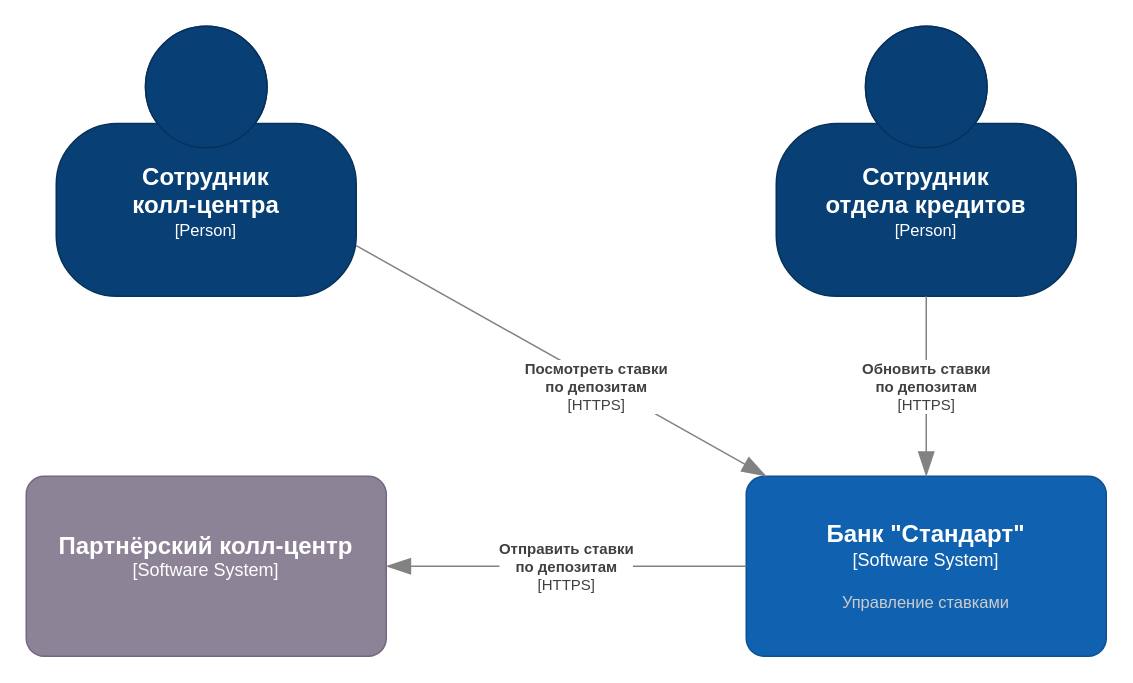
Before: Task4/context.drawio in aipetryakov/architecture-standart, a draw.io diagram. Source tidied: cells renumbered, new cells numbered last; positions are measured from the earlier drawing's top-left corner, leaving out a move shared by most shapes. Both pictures are drawn from the tidied source at 150%, with x=0, y=0 at pixel (26, 26).
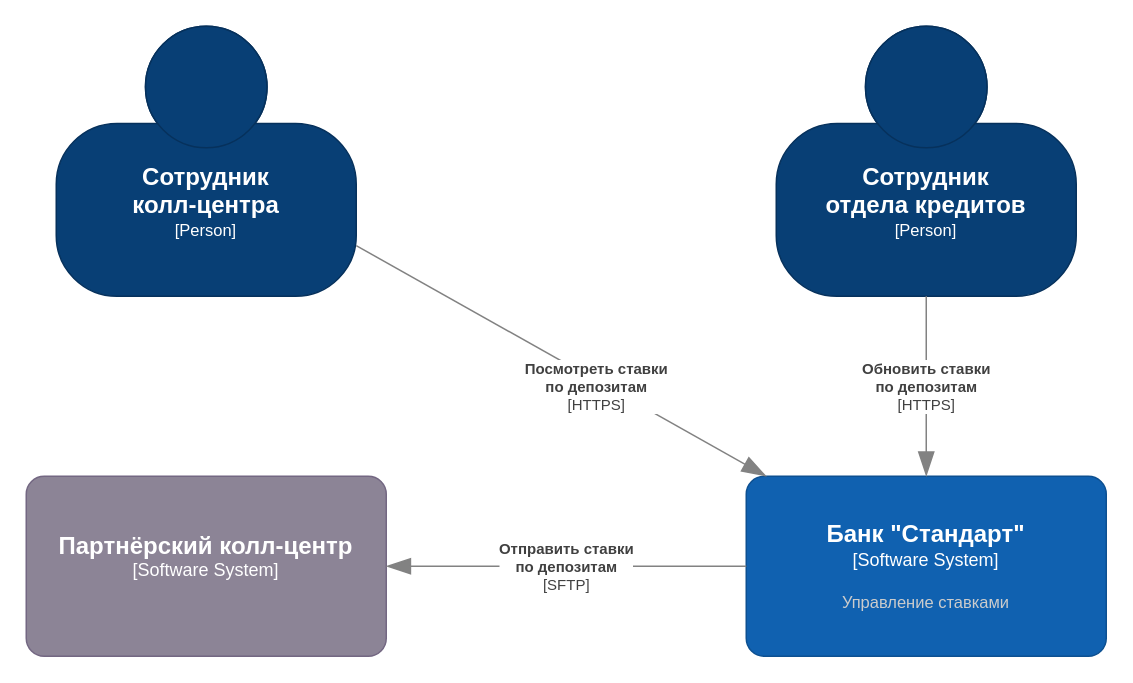
Above is the later version.

Diff of the diagram source:
```diff
@@
 <mxGraphModel>
   <root>
     <mxCell id="0" />
     <mxCell id="1" parent="0" />
     <object id="2" label="&lt;font style=&quot;font-size: 16px&quot;&gt;&lt;b&gt;%c4Name%&lt;/b&gt;&lt;/font&gt;&lt;div&gt;[%c4Type%]&lt;/div&gt;&lt;br&gt;&lt;div&gt;&lt;font style=&quot;font-size: 11px&quot;&gt;&lt;font color=&quot;#cccccc&quot;&gt;%c4Description%&lt;/font&gt;&lt;/div&gt;" c4Description="" c4Name="Сотрудник&lt;br&gt;колл-центра" c4Type="Person" placeholders="1">
       <mxCell style="html=1;fontSize=11;dashed=0;whiteSpace=wrap;fillColor=#083F75;strokeColor=#06315C;fontColor=#ffffff;shape=mxgraph.c4.person2;align=center;points=[[0.5,0,0],[1,0.5,0],[1,0.75,0],[0.75,1,0],[0.5,1,0],[0.25,1,0],[0,0.75,0],[0,0.5,0]];" parent="1" vertex="1">
         <mxGeometry x="20" width="200" height="180" as="geometry" />
       </mxCell>
     </object>
     <object id="3" label="&lt;font style=&quot;font-size: 16px&quot;&gt;&lt;b&gt;%c4Name%&lt;/b&gt;&lt;/font&gt;&lt;div&gt;[%c4Type%]&lt;/div&gt;&lt;br&gt;&lt;div&gt;&lt;font style=&quot;font-size: 11px&quot;&gt;&lt;font color=&quot;#cccccc&quot;&gt;%c4Description%&lt;/font&gt;&lt;/div&gt;" c4Description="Управление ставками" c4Name="Банк &quot;Стандарт&quot;" c4Type="Software System" placeholders="1">
       <mxCell style="rounded=1;whiteSpace=wrap;html=1;labelBackgroundColor=none;fillColor=#1061B0;fontColor=#ffffff;align=center;arcSize=10;strokeColor=#0D5091;points=[[0.25,0,0],[0.5,0,0],[0.75,0,0],[1,0.25,0],[1,0.5,0],[1,0.75,0],[0.75,1,0],[0.5,1,0],[0.25,1,0],[0,0.75,0],[0,0.5,0],[0,0.25,0]];" parent="1" vertex="1">
         <mxGeometry x="480" y="300" width="240" height="120" as="geometry" />
       </mxCell>
     </object>
     <object id="4" label="&lt;div style=&quot;text-align: left&quot;&gt;&lt;div style=&quot;text-align: center&quot;&gt;&lt;b&gt;%c4Description%&lt;/b&gt;&lt;/div&gt;&lt;div style=&quot;text-align: center&quot;&gt;[%c4Technology%]&lt;/div&gt;&lt;/div&gt;" c4Description="Посмотреть ставки&#10;по депозитам" c4Technology="HTTPS" placeholders="1">
       <mxCell style="endArrow=blockThin;html=1;fontSize=10;fontColor=#404040;strokeWidth=1;endFill=1;strokeColor=#828282;elbow=vertical;endSize=14;startSize=14;jumpStyle=arc;jumpSize=16;rounded=0;" parent="1" edge="1" source="2" target="3">
         <mxGeometry x="0.18" y="-3" relative="1" as="geometry" />
       </mxCell>
     </object>
     <object id="5" label="&lt;font style=&quot;font-size: 16px&quot;&gt;&lt;b&gt;%c4Name%&lt;/b&gt;&lt;/font&gt;&lt;div&gt;[%c4Type%]&lt;/div&gt;&lt;br&gt;&lt;div&gt;&lt;font style=&quot;font-size: 11px&quot;&gt;&lt;font color=&quot;#cccccc&quot;&gt;%c4Description%&lt;/font&gt;&lt;/div&gt;" c4Description="" c4Name="Сотрудник&lt;br&gt;отдела кредитов" c4Type="Person" placeholders="1">
       <mxCell style="html=1;fontSize=11;dashed=0;whiteSpace=wrap;fillColor=#083F75;strokeColor=#06315C;fontColor=#ffffff;shape=mxgraph.c4.person2;align=center;points=[[0.5,0,0],[1,0.5,0],[1,0.75,0],[0.75,1,0],[0.5,1,0],[0.25,1,0],[0,0.75,0],[0,0.5,0]];" parent="1" vertex="1">
         <mxGeometry x="500" width="200" height="180" as="geometry" />
       </mxCell>
     </object>
     <object id="6" label="&lt;div style=&quot;text-align: left&quot;&gt;&lt;div style=&quot;text-align: center&quot;&gt;&lt;b&gt;%c4Description%&lt;/b&gt;&lt;/div&gt;&lt;div style=&quot;text-align: center&quot;&gt;[%c4Technology%]&lt;/div&gt;&lt;/div&gt;" c4Description="Обновить ставки&#10;по депозитам" c4Technology="HTTPS" placeholders="1">
       <mxCell style="endArrow=blockThin;html=1;fontSize=10;fontColor=#404040;strokeWidth=1;endFill=1;strokeColor=#828282;elbow=vertical;endSize=14;startSize=14;jumpStyle=arc;jumpSize=16;rounded=0;" parent="1" edge="1" source="5" target="3">
         <mxGeometry relative="1" as="geometry" />
       </mxCell>
     </object>
     <object id="7" label="&lt;font style=&quot;font-size: 16px&quot;&gt;&lt;b&gt;%c4Name%&lt;/b&gt;&lt;/font&gt;&lt;div&gt;[%c4Type%]&lt;/div&gt;&lt;br&gt;&lt;div&gt;&lt;font style=&quot;font-size: 11px&quot;&gt;&lt;font color=&quot;#cccccc&quot;&gt;%c4Description%&lt;/font&gt;&lt;/div&gt;" c4Description="" c4Name="Партнёрский колл-центр" c4Type="Software System" placeholders="1">
       <mxCell style="rounded=1;whiteSpace=wrap;html=1;labelBackgroundColor=none;fillColor=#8C8496;fontColor=#ffffff;align=center;arcSize=10;strokeColor=#736782;points=[[0.25,0,0],[0.5,0,0],[0.75,0,0],[1,0.25,0],[1,0.5,0],[1,0.75,0],[0.75,1,0],[0.5,1,0],[0.25,1,0],[0,0.75,0],[0,0.5,0],[0,0.25,0]];" parent="1" vertex="1">
         <mxGeometry y="300" width="240" height="120" as="geometry" />
       </mxCell>
     </object>
-    <object id="8" label="&lt;div style=&quot;text-align: left&quot;&gt;&lt;div style=&quot;text-align: center&quot;&gt;&lt;b&gt;%c4Description%&lt;/b&gt;&lt;/div&gt;&lt;div style=&quot;text-align: center&quot;&gt;[%c4Technology%]&lt;/div&gt;&lt;/div&gt;" c4Description="Отправить ставки&#10;по депозитам" c4Technology="HTTPS" placeholders="1">
+    <object id="8" label="&lt;div style=&quot;text-align: left&quot;&gt;&lt;div style=&quot;text-align: center&quot;&gt;&lt;b&gt;%c4Description%&lt;/b&gt;&lt;/div&gt;&lt;div style=&quot;text-align: center&quot;&gt;[%c4Technology%]&lt;/div&gt;&lt;/div&gt;" c4Description="Отправить ставки&#10;по депозитам" c4Technology="SFTP" placeholders="1">
       <mxCell style="endArrow=blockThin;html=1;fontSize=10;fontColor=#404040;strokeWidth=1;endFill=1;strokeColor=#828282;elbow=vertical;endSize=14;startSize=14;jumpStyle=arc;jumpSize=16;rounded=0;edgeStyle=orthogonalEdgeStyle;" parent="1" edge="1" source="3" target="7">
         <mxGeometry relative="1" as="geometry">
           <Array as="points">
             <mxPoint x="360" y="360" />
             <mxPoint x="360" y="360" />
           </Array>
         </mxGeometry>
       </mxCell>
     </object>
   </root>
 </mxGraphModel>
```
